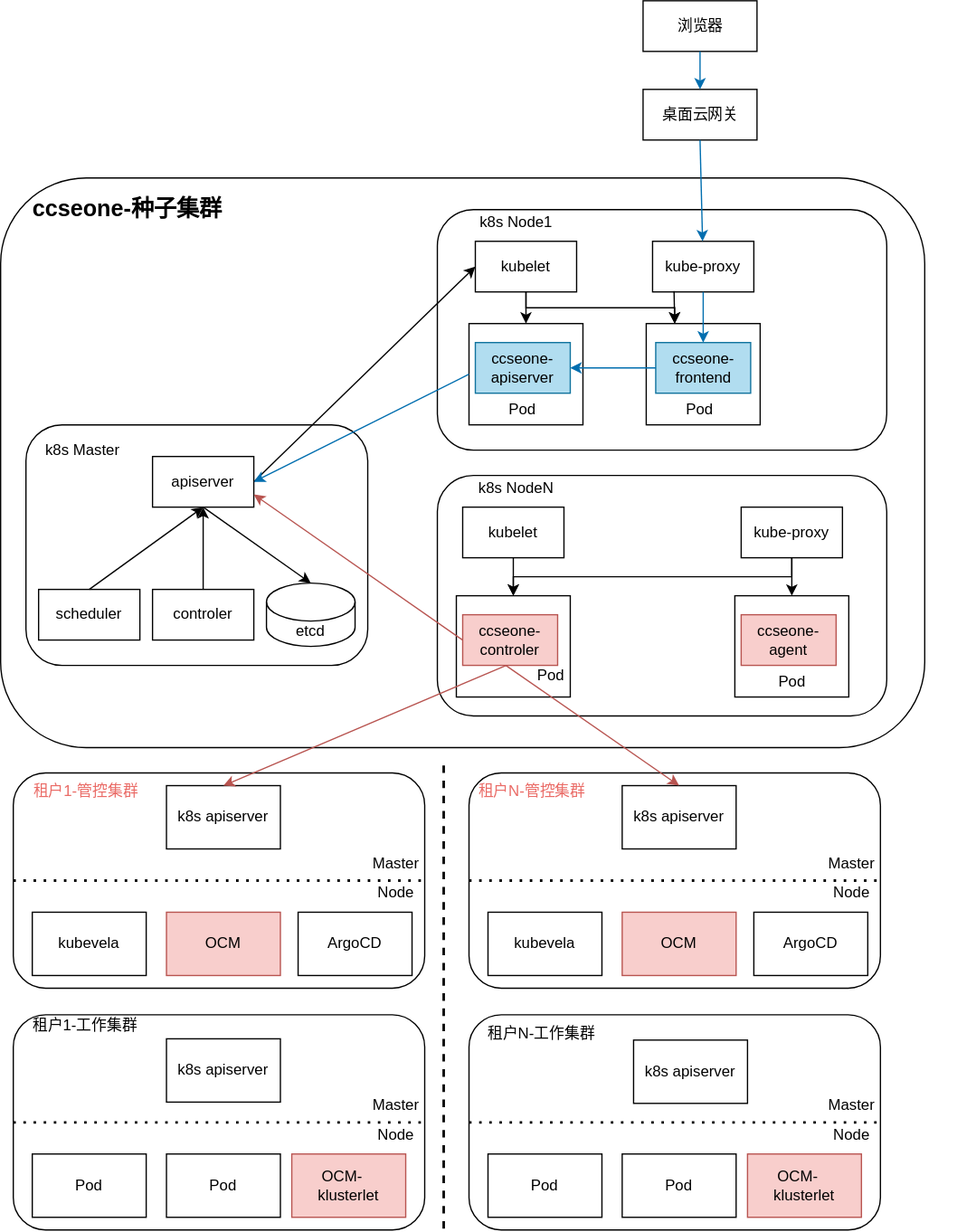
The draw.io diagram drawio/img/ccseone-sprint3.drawio.svg in Tiny-VS-Lina/ccse, before a commit. Source tidied: cells renumbered, new cells last; positions are measured from the earlier drawing's top-left corner, leaving out a move shared by most shapes.
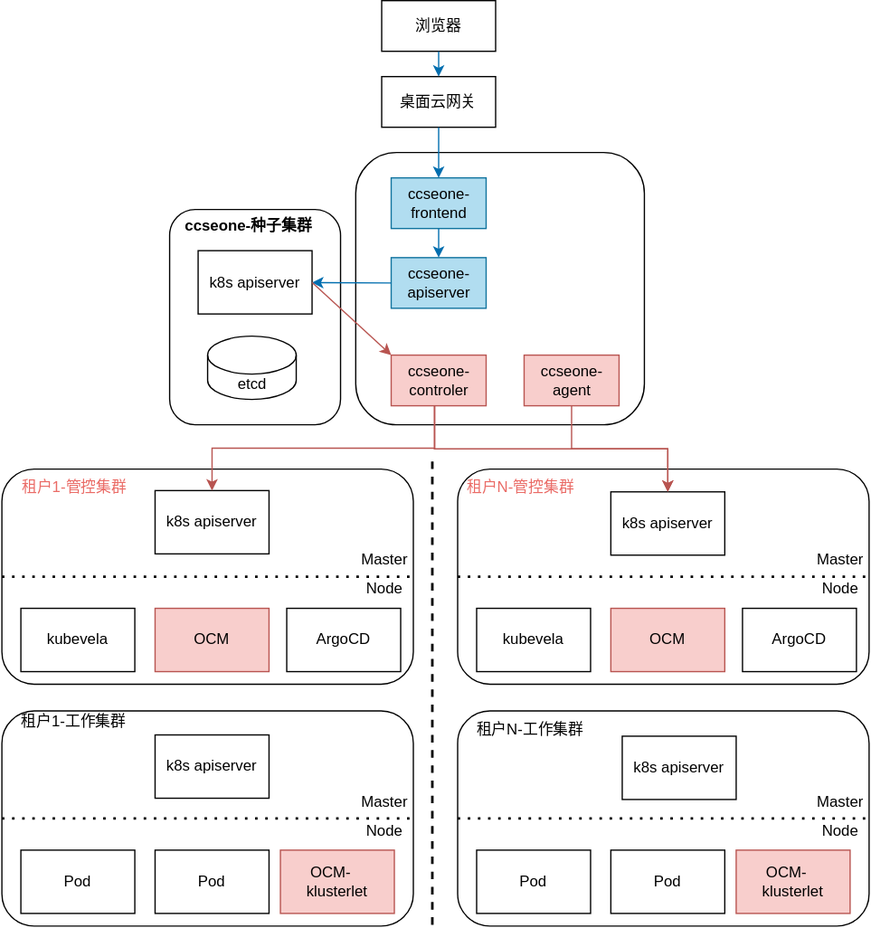
The same diagram one commit later.

Change to the diagram source:
```diff
@@ -2,144 +2,39 @@
   <root>
     <mxCell id="0" />
     <mxCell id="1" parent="0" />
-    <mxCell id="2" style="rounded=1;whiteSpace=wrap;html=1;" parent="1" vertex="1">
-      <mxGeometry y="140" width="730" height="450" as="geometry" />
-    </mxCell>
-    <mxCell id="3" style="rounded=1;whiteSpace=wrap;html=1;" parent="1" vertex="1">
-      <mxGeometry x="345" y="165" width="355" height="190" as="geometry" />
-    </mxCell>
-    <mxCell id="4" value="k8s Node1" style="text;html=1;strokeColor=none;fillColor=none;align=center;verticalAlign=middle;whiteSpace=wrap;rounded=0;" parent="1" vertex="1">
-      <mxGeometry x="365" y="160" width="85" height="30" as="geometry" />
-    </mxCell>
-    <mxCell id="5" value="kubelet" style="rounded=0;whiteSpace=wrap;html=1;" parent="1" vertex="1">
-      <mxGeometry x="375" y="190" width="80" height="40" as="geometry" />
-    </mxCell>
-    <mxCell id="6" value="kube-proxy" style="rounded=0;whiteSpace=wrap;html=1;" parent="1" vertex="1">
-      <mxGeometry x="515" y="190" width="80" height="40" as="geometry" />
-    </mxCell>
-    <mxCell id="7" style="rounded=0;whiteSpace=wrap;html=1;" parent="1" vertex="1">
-      <mxGeometry x="370" y="255" width="90" height="80" as="geometry" />
-    </mxCell>
+    <mxCell id="91" style="rounded=1;whiteSpace=wrap;html=1;" parent="1" vertex="1">
+      <mxGeometry x="289.5" y="360" width="228" height="215" as="geometry" />
+    </mxCell>
+    <mxCell id="92" style="rounded=1;whiteSpace=wrap;html=1;" parent="1" vertex="1">
+      <mxGeometry x="142.5" y="405" width="135" height="170" as="geometry" />
+    </mxCell>
     <mxCell id="8" value="ccseone-apiserver" style="rounded=0;whiteSpace=wrap;html=1;fillColor=#b1ddf0;strokeColor=#10739e;" parent="1" vertex="1">
-      <mxGeometry x="375" y="270" width="75" height="40" as="geometry" />
+      <mxGeometry x="317.5" y="443" width="75" height="40" as="geometry" />
     </mxCell>
-    <mxCell id="9" value="Pod" style="text;html=1;strokeColor=none;fillColor=none;align=center;verticalAlign=middle;whiteSpace=wrap;rounded=0;" parent="1" vertex="1">
-      <mxGeometry x="380" y="315" width="65" height="15" as="geometry" />
-    </mxCell>
-    <mxCell id="10" style="rounded=0;whiteSpace=wrap;html=1;" parent="1" vertex="1">
-      <mxGeometry x="510" y="255" width="90" height="80" as="geometry" />
-    </mxCell>
     <mxCell id="11" value="ccseone-frontend" style="rounded=0;whiteSpace=wrap;html=1;fillColor=#b1ddf0;strokeColor=#10739e;" parent="1" vertex="1">
-      <mxGeometry x="517.5" y="270" width="75" height="40" as="geometry" />
+      <mxGeometry x="317.5" y="380" width="75" height="40" as="geometry" />
     </mxCell>
-    <mxCell id="12" value="Pod" style="text;html=1;strokeColor=none;fillColor=none;align=center;verticalAlign=middle;whiteSpace=wrap;rounded=0;" parent="1" vertex="1">
-      <mxGeometry x="520" y="315" width="65" height="15" as="geometry" />
-    </mxCell>
-    <mxCell id="13" style="endArrow=classic;html=1;rounded=0;strokeColor=#006EAF;entryX=1;entryY=0.5;entryDx=0;entryDy=0;" parent="1" edge="1" source="11" target="8">
+    <mxCell id="13" style="endArrow=classic;html=1;rounded=0;strokeColor=#006EAF;" parent="1" edge="1" source="11" target="8">
       <mxGeometry relative="1" as="geometry" />
     </mxCell>
-    <mxCell id="14" style="endArrow=classic;html=1;rounded=0;exitX=0.5;exitY=1;exitDx=0;exitDy=0;strokeColor=#006EAF;entryX=0.5;entryY=0;entryDx=0;entryDy=0;" parent="1" edge="1" source="6" target="11">
-      <mxGeometry relative="1" as="geometry" />
-    </mxCell>
     <mxCell id="15" value="桌面云网关" style="rounded=0;whiteSpace=wrap;html=1;" parent="1" vertex="1">
-      <mxGeometry x="507.5" y="70" width="90" height="40" as="geometry" />
+      <mxGeometry x="310" y="300" width="90" height="40" as="geometry" />
     </mxCell>
-    <mxCell id="16" style="endArrow=classic;html=1;rounded=0;exitX=0.5;exitY=1;exitDx=0;exitDy=0;strokeColor=#006EAF;" parent="1" edge="1" source="15" target="6">
+    <mxCell id="16" style="endArrow=classic;html=1;rounded=0;exitX=0.5;exitY=1;exitDx=0;exitDy=0;strokeColor=#006EAF;entryX=0.5;entryY=0;entryDx=0;entryDy=0;" parent="1" edge="1" source="15" target="11">
       <mxGeometry relative="1" as="geometry" />
     </mxCell>
     <mxCell id="17" value="浏览器" style="rounded=0;whiteSpace=wrap;html=1;" parent="1" vertex="1">
-      <mxGeometry x="507.5" width="90" height="40" as="geometry" />
+      <mxGeometry x="310" y="240" width="90" height="40" as="geometry" />
     </mxCell>
     <mxCell id="18" style="endArrow=classic;html=1;rounded=0;exitX=0.5;exitY=1;exitDx=0;exitDy=0;strokeColor=#006EAF;" parent="1" edge="1" source="17" target="15">
       <mxGeometry relative="1" as="geometry" />
     </mxCell>
-    <mxCell id="19" style="endArrow=classic;html=1;rounded=0;" parent="1" edge="1" source="5" target="7">
-      <mxGeometry relative="1" as="geometry" />
-    </mxCell>
-    <mxCell id="20" style="rounded=1;whiteSpace=wrap;html=1;" parent="1" vertex="1">
-      <mxGeometry x="345" y="375" width="355" height="190" as="geometry" />
-    </mxCell>
-    <mxCell id="21" value="k8s NodeN" style="text;html=1;strokeColor=none;fillColor=none;align=center;verticalAlign=middle;whiteSpace=wrap;rounded=0;" parent="1" vertex="1">
-      <mxGeometry x="365" y="370" width="85" height="30" as="geometry" />
-    </mxCell>
-    <mxCell id="22" value="kubelet" style="rounded=0;whiteSpace=wrap;html=1;" parent="1" vertex="1">
-      <mxGeometry x="365" y="400" width="80" height="40" as="geometry" />
-    </mxCell>
-    <mxCell id="23" value="kube-proxy" style="rounded=0;whiteSpace=wrap;html=1;" parent="1" vertex="1">
-      <mxGeometry x="585" y="400" width="80" height="40" as="geometry" />
-    </mxCell>
-    <mxCell id="24" style="rounded=0;whiteSpace=wrap;html=1;" parent="1" vertex="1">
-      <mxGeometry x="360" y="470" width="90" height="80" as="geometry" />
-    </mxCell>
     <mxCell id="25" value="ccseone-controler" style="rounded=0;whiteSpace=wrap;html=1;fillColor=#f8cecc;strokeColor=#b85450;" parent="1" vertex="1">
-      <mxGeometry x="365" y="485" width="75" height="40" as="geometry" />
+      <mxGeometry x="317.5" y="520" width="75" height="40" as="geometry" />
     </mxCell>
-    <mxCell id="26" value="Pod" style="text;html=1;strokeColor=none;fillColor=none;align=center;verticalAlign=middle;whiteSpace=wrap;rounded=0;" parent="1" vertex="1">
-      <mxGeometry x="415" y="525" width="40" height="15" as="geometry" />
-    </mxCell>
-    <mxCell id="27" style="endArrow=classic;html=1;rounded=0;exitX=0.212;exitY=0.982;exitDx=0;exitDy=0;entryX=0.25;entryY=0;entryDx=0;entryDy=0;exitPerimeter=0;" parent="1" edge="1" source="6" target="10">
-      <mxGeometry relative="1" as="geometry" />
-    </mxCell>
-    <mxCell id="28" style="group;" parent="1" vertex="1">
-      <mxGeometry x="20" y="335" width="750" height="260" as="geometry" />
-    </mxCell>
-    <mxCell id="29" style="rounded=1;whiteSpace=wrap;html=1;" parent="28" vertex="1">
-      <mxGeometry width="270" height="190" as="geometry" />
-    </mxCell>
-    <mxCell id="30" value="etcd" style="shape=cylinder3;whiteSpace=wrap;html=1;boundedLbl=1;backgroundOutline=1;size=15;" parent="28" vertex="1">
-      <mxGeometry x="190" y="125" width="70" height="50" as="geometry" />
-    </mxCell>
-    <mxCell id="31" value="apiserver" style="rounded=0;whiteSpace=wrap;html=1;" parent="28" vertex="1">
-      <mxGeometry x="100" y="25" width="80" height="40" as="geometry" />
-    </mxCell>
-    <mxCell id="32" value="scheduler" style="rounded=0;whiteSpace=wrap;html=1;" parent="28" vertex="1">
-      <mxGeometry x="10" y="130" width="80" height="40" as="geometry" />
-    </mxCell>
-    <mxCell id="33" value="controler" style="rounded=0;whiteSpace=wrap;html=1;" parent="28" vertex="1">
-      <mxGeometry x="100" y="130" width="80" height="40" as="geometry" />
-    </mxCell>
-    <mxCell id="34" value="k8s Master" style="text;html=1;strokeColor=none;fillColor=none;align=center;verticalAlign=middle;whiteSpace=wrap;rounded=0;" parent="28" vertex="1">
-      <mxGeometry x="10" y="5" width="70" height="30" as="geometry" />
-    </mxCell>
-    <mxCell id="35" style="endArrow=classic;html=1;rounded=0;entryX=0.5;entryY=1;entryDx=0;entryDy=0;exitX=0.5;exitY=0;exitDx=0;exitDy=0;" parent="28" edge="1" source="32" target="31">
-      <mxGeometry relative="1" as="geometry" />
-    </mxCell>
-    <mxCell id="36" style="endArrow=classic;html=1;rounded=0;entryX=0.5;entryY=1;entryDx=0;entryDy=0;exitX=0.5;exitY=0;exitDx=0;exitDy=0;" parent="28" edge="1" source="33" target="31">
-      <mxGeometry relative="1" as="geometry" />
-    </mxCell>
-    <mxCell id="37" style="endArrow=classic;html=1;rounded=0;exitX=0.5;exitY=1;exitDx=0;exitDy=0;entryX=0.5;entryY=0;entryDx=0;entryDy=0;entryPerimeter=0;" parent="28" edge="1" source="31" target="30">
-      <mxGeometry relative="1" as="geometry" />
-    </mxCell>
-    <mxCell id="38" style="endArrow=classic;html=1;rounded=0;exitX=1;exitY=0.5;exitDx=0;exitDy=0;entryX=0;entryY=0.5;entryDx=0;entryDy=0;" parent="1" edge="1" source="31" target="5">
-      <mxGeometry relative="1" as="geometry" />
-    </mxCell>
-    <mxCell id="39" style="endArrow=classic;html=1;rounded=0;entryX=1;entryY=0.5;entryDx=0;entryDy=0;exitX=0;exitY=0.5;exitDx=0;exitDy=0;strokeColor=#006EAF;fillColor=#f8cecc;gradientColor=#ea6b66;" parent="1" edge="1" source="7" target="31">
-      <mxGeometry relative="1" as="geometry" />
-    </mxCell>
-    <mxCell id="40" style="endArrow=classic;html=1;rounded=0;entryX=1;entryY=0.75;entryDx=0;entryDy=0;exitX=0;exitY=0.5;exitDx=0;exitDy=0;fillColor=#f8cecc;strokeColor=#b85450;" parent="1" edge="1" source="25" target="31">
-      <mxGeometry relative="1" as="geometry" />
-    </mxCell>
-    <mxCell id="41" style="endArrow=classic;html=1;rounded=0;exitX=0.5;exitY=1;exitDx=0;exitDy=0;" parent="1" edge="1" source="22" target="24">
-      <mxGeometry relative="1" as="geometry" />
-    </mxCell>
-    <mxCell id="42" style="endArrow=classic;html=1;rounded=0;exitX=0.5;exitY=1;exitDx=0;exitDy=0;entryX=0.25;entryY=0;entryDx=0;entryDy=0;edgeStyle=orthogonalEdgeStyle;" parent="1" edge="1" source="5" target="10">
-      <mxGeometry relative="1" as="geometry" />
-    </mxCell>
-    <mxCell id="43" style="endArrow=classic;html=1;rounded=0;exitX=0.5;exitY=1;exitDx=0;exitDy=0;entryX=0.5;entryY=0;entryDx=0;entryDy=0;edgeStyle=orthogonalEdgeStyle;" parent="1" edge="1" source="23" target="24">
-      <mxGeometry relative="1" as="geometry" />
-    </mxCell>
-    <mxCell id="44" style="rounded=0;whiteSpace=wrap;html=1;" parent="1" vertex="1">
-      <mxGeometry x="580" y="470" width="90" height="80" as="geometry" />
-    </mxCell>
     <mxCell id="45" value="ccseone-agent" style="rounded=0;whiteSpace=wrap;html=1;fillColor=#f8cecc;strokeColor=#b85450;" parent="1" vertex="1">
-      <mxGeometry x="585" y="485" width="75" height="40" as="geometry" />
+      <mxGeometry x="422.5" y="520" width="75" height="40" as="geometry" />
     </mxCell>
-    <mxCell id="46" value="Pod" style="text;html=1;strokeColor=none;fillColor=none;align=center;verticalAlign=middle;whiteSpace=wrap;rounded=0;" parent="1" vertex="1">
-      <mxGeometry x="592.5" y="530" width="65" height="15" as="geometry" />
-    </mxCell>
-    <mxCell id="47" style="endArrow=classic;html=1;rounded=0;entryX=0.5;entryY=0;entryDx=0;entryDy=0;exitX=0.5;exitY=1;exitDx=0;exitDy=0;" parent="1" edge="1" source="23" target="44">
-      <mxGeometry relative="1" as="geometry" />
-    </mxCell>
     <mxCell id="48" style="group;" parent="1" vertex="1">
       <mxGeometry x="10" y="610" width="325" height="170" as="geometry" />
     </mxCell>
@@ -156,7 +51,7 @@
       <mxGeometry x="225" y="110" width="90" height="50" as="geometry" />
     </mxCell>
     <mxCell id="53" value="k8s apiserver" style="rounded=0;whiteSpace=wrap;html=1;" parent="48" vertex="1">
-      <mxGeometry x="121" y="10" width="90" height="50" as="geometry" />
+      <mxGeometry x="121" y="17" width="90" height="50" as="geometry" />
     </mxCell>
     <mxCell id="54" style="endArrow=none;dashed=1;html=1;dashPattern=1 3;strokeWidth=2;rounded=0;exitX=0;exitY=0.5;exitDx=0;exitDy=0;entryX=1;entryY=0.5;entryDx=0;entryDy=0;" parent="48" edge="1" source="49" target="49">
       <mxGeometry relative="1" as="geometry" />
@@ -186,7 +81,7 @@
       <mxGeometry x="225" y="110" width="90" height="50" as="geometry" />
     </mxCell>
     <mxCell id="63" value="k8s apiserver" style="rounded=0;whiteSpace=wrap;html=1;" parent="58" vertex="1">
-      <mxGeometry x="121" y="10" width="90" height="50" as="geometry" />
+      <mxGeometry x="121" y="18" width="90" height="50" as="geometry" />
     </mxCell>
     <mxCell id="64" style="endArrow=none;dashed=1;html=1;dashPattern=1 3;strokeWidth=2;rounded=0;exitX=0;exitY=0.5;exitDx=0;exitDy=0;entryX=1;entryY=0.5;entryDx=0;entryDy=0;" parent="58" edge="1" source="59" target="59">
       <mxGeometry relative="1" as="geometry" />
@@ -236,10 +131,10 @@
         <mxPoint x="350" y="600" as="targetPoint" />
       </mxGeometry>
     </mxCell>
-    <mxCell id="79" style="endArrow=classic;html=1;rounded=0;entryX=0.5;entryY=0;entryDx=0;entryDy=0;exitX=0.459;exitY=1.001;exitDx=0;exitDy=0;exitPerimeter=0;fillColor=#f8cecc;strokeColor=#b85450;" parent="1" edge="1" source="25" target="53">
+    <mxCell id="79" style="endArrow=classic;html=1;rounded=0;entryX=0.5;entryY=0;entryDx=0;entryDy=0;exitX=0.459;exitY=1.001;exitDx=0;exitDy=0;exitPerimeter=0;fillColor=#f8cecc;strokeColor=#b85450;edgeStyle=orthogonalEdgeStyle;" parent="1" edge="1" source="25" target="53">
       <mxGeometry relative="1" as="geometry" />
     </mxCell>
-    <mxCell id="80" style="endArrow=classic;html=1;rounded=0;entryX=0.5;entryY=0;entryDx=0;entryDy=0;exitX=0.454;exitY=1.001;exitDx=0;exitDy=0;exitPerimeter=0;fillColor=#f8cecc;strokeColor=#b85450;" parent="1" edge="1" source="25" target="63">
+    <mxCell id="80" style="endArrow=classic;html=1;rounded=0;entryX=0.5;entryY=0;entryDx=0;entryDy=0;exitX=0.454;exitY=1.001;exitDx=0;exitDy=0;exitPerimeter=0;fillColor=#f8cecc;strokeColor=#b85450;edgeStyle=orthogonalEdgeStyle;" parent="1" edge="1" source="25" target="63">
       <mxGeometry relative="1" as="geometry" />
     </mxCell>
     <mxCell id="81" style="rounded=1;whiteSpace=wrap;html=1;" parent="1" vertex="1">
@@ -269,8 +164,23 @@
     <mxCell id="89" value="OCM-&amp;nbsp; &amp;nbsp; klusterlet" style="rounded=0;whiteSpace=wrap;html=1;fillColor=#f8cecc;strokeColor=#b85450;" parent="1" vertex="1">
       <mxGeometry x="230" y="911" width="90" height="50" as="geometry" />
     </mxCell>
+    <mxCell id="93" value="k8s apiserver" style="rounded=0;whiteSpace=wrap;html=1;" parent="1" vertex="1">
+      <mxGeometry x="165" y="437.5" width="90" height="50" as="geometry" />
+    </mxCell>
-    <mxCell id="90" value="&lt;b&gt;ccseone-种子集群&lt;/b&gt;" style="text;html=1;strokeColor=none;fillColor=none;align=center;verticalAlign=middle;whiteSpace=wrap;rounded=0;fontSize=18;" parent="1" vertex="1">
-      <mxGeometry x="22.5" y="150" width="155" height="30" as="geometry" />
+    <mxCell id="90" value="&lt;b style=&quot;border-color: var(--border-color); font-size: 12px;&quot;&gt;ccseone-种子集群&lt;/b&gt;" style="text;html=1;strokeColor=none;fillColor=none;align=center;verticalAlign=middle;whiteSpace=wrap;rounded=0;fontSize=12;" parent="1" vertex="1">
+      <mxGeometry x="140" y="405" width="130" height="25" as="geometry" />
     </mxCell>
+    <mxCell id="30" value="etcd" style="shape=cylinder3;whiteSpace=wrap;html=1;boundedLbl=1;backgroundOutline=1;size=15;" parent="1" vertex="1">
+      <mxGeometry x="172.5" y="505" width="70" height="50" as="geometry" />
+    </mxCell>
+    <mxCell id="94" style="endArrow=classic;html=1;rounded=0;strokeColor=#006EAF;exitX=0;exitY=0.5;exitDx=0;exitDy=0;" parent="1" edge="1" source="8" target="93">
+      <mxGeometry relative="1" as="geometry" />
+    </mxCell>
+    <mxCell id="95" style="endArrow=classic;html=1;rounded=0;entryX=0;entryY=0;entryDx=0;entryDy=0;exitX=1;exitY=0.5;exitDx=0;exitDy=0;fillColor=#f8cecc;strokeColor=#b85450;" parent="1" edge="1" source="93" target="25">
+      <mxGeometry relative="1" as="geometry" />
+    </mxCell>
+    <mxCell id="96" style="endArrow=classic;html=1;rounded=0;entryX=0.5;entryY=0;entryDx=0;entryDy=0;exitX=0.5;exitY=1;exitDx=0;exitDy=0;fillColor=#f8cecc;strokeColor=#b85450;edgeStyle=orthogonalEdgeStyle;" parent="1" edge="1" source="45" target="63">
+      <mxGeometry relative="1" as="geometry" />
+    </mxCell>
   </root>
 </mxGraphModel>
```
